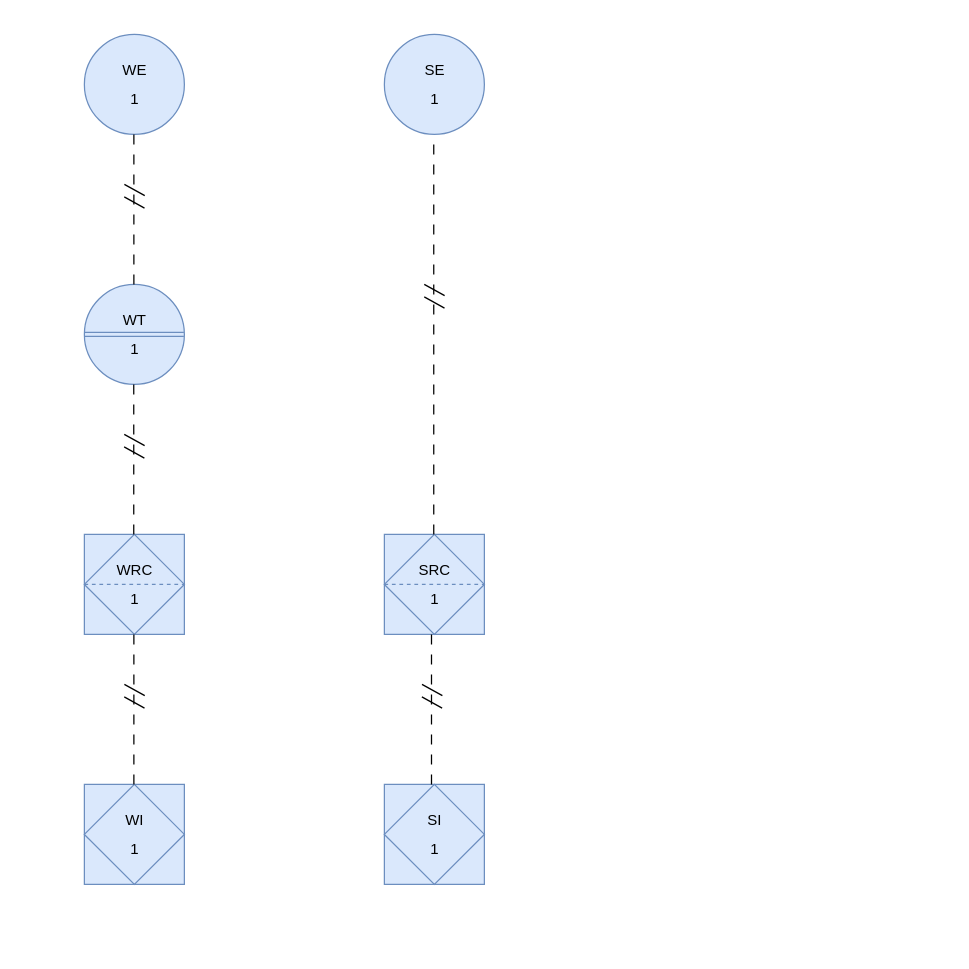
This is p&id.drawio from mggluscevic59/draw_io, a draw.io file, before an edit. Source tidied: cells renumbered, new cells numbered last; positions are measured from the earlier drawing's top-left corner, leaving out a move shared by most shapes. Both pictures are drawn from the tidied source at 125%, with x=0, y=0 at pixel (84, 34).
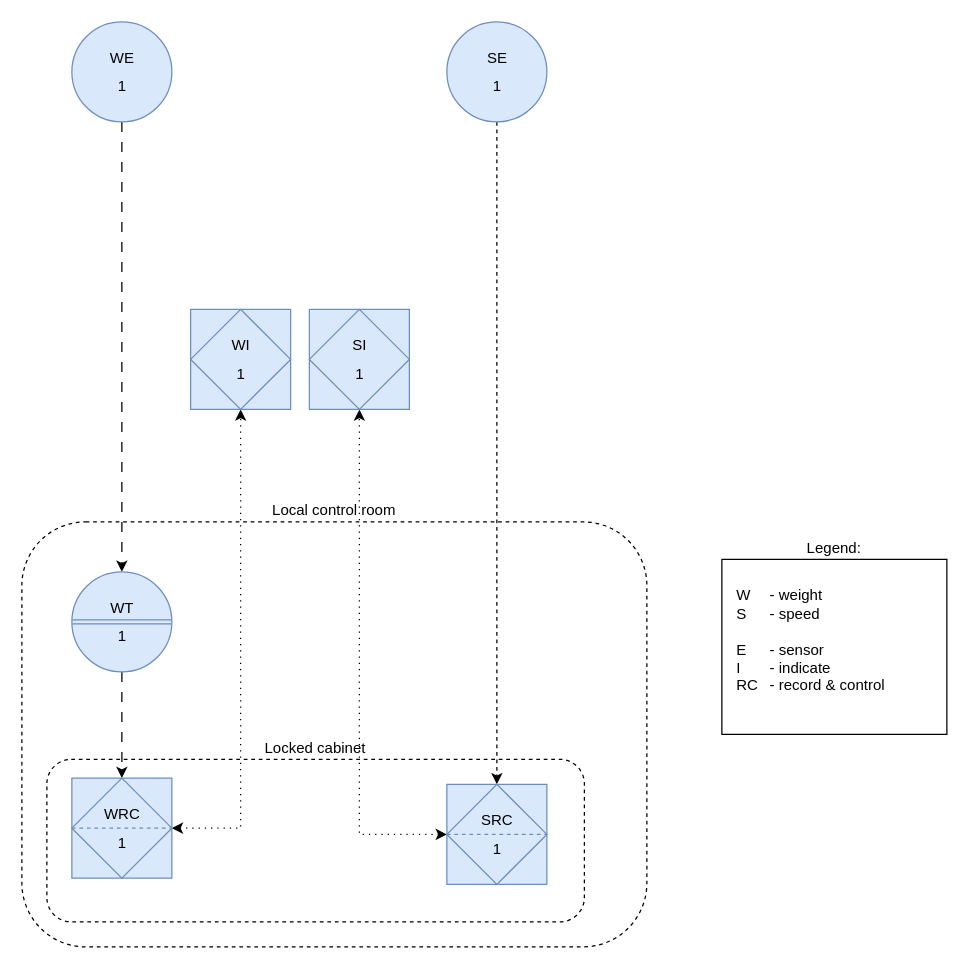
The same diagram, later.

What changed in the source:
```diff
@@
+    <mxCell id="29" value="Local control room" style="rounded=1;whiteSpace=wrap;html=1;fillColor=none;dashed=1;labelPosition=center;verticalLabelPosition=top;align=center;verticalAlign=bottom;" parent="1" vertex="1">
+      <mxGeometry x="-50" y="390" width="500" height="340" as="geometry" />
+    </mxCell>
+    <mxCell id="30" value="Locked cabinet" style="rounded=1;whiteSpace=wrap;html=1;fillColor=none;dashed=1;labelPosition=center;verticalLabelPosition=top;align=center;verticalAlign=bottom;" parent="1" vertex="1">
+      <mxGeometry x="-30" y="580" width="430" height="130" as="geometry" />
+    </mxCell>
+    <mxCell id="31" style="edgeStyle=orthogonalEdgeStyle;rounded=0;jettySize=auto;html=1;dashed=1;dashPattern=8 8;" parent="1" edge="1" source="2" target="3">
+      <mxGeometry relative="1" as="geometry" />
+    </mxCell>
     <mxCell id="2" value="&lt;table cellpadding=&quot;4&quot; cellspacing=&quot;0&quot; border=&quot;0&quot; style=&quot;font-size:1em;width:100%;height:100%;&quot;&gt;&lt;tbody&gt;&lt;tr&gt;&lt;td&gt;WE&lt;/td&gt;&lt;/tr&gt;&lt;tr&gt;&lt;td&gt;1&lt;/td&gt;&lt;/tr&gt;&lt;/tbody&gt;&lt;/table&gt; " style="html=1;outlineConnect=0;align=center;dashed=0;shape=mxgraph.pid2inst.discInst;mounting=field;direction=south;fillColor=#dae8fc;strokeColor=#6c8ebf;" parent="1" vertex="1">
-      <mxGeometry width="80" height="80" as="geometry" />
+      <mxGeometry x="-10" y="-10" width="80" height="80" as="geometry" />
     </mxCell>
+    <mxCell id="32" style="edgeStyle=orthogonalEdgeStyle;rounded=0;jettySize=auto;html=1;dashed=1;dashPattern=8 8;" parent="1" edge="1" source="3" target="5">
+      <mxGeometry relative="1" as="geometry" />
+    </mxCell>
     <mxCell id="3" value="&lt;table cellpadding=&quot;4&quot; cellspacing=&quot;0&quot; border=&quot;0&quot; style=&quot;font-size:1em;width:100%;height:100%;&quot;&gt;&lt;tbody&gt;&lt;tr&gt;&lt;td&gt;WT&lt;/td&gt;&lt;/tr&gt;&lt;tr&gt;&lt;td&gt;1&lt;/td&gt;&lt;/tr&gt;&lt;/tbody&gt;&lt;/table&gt; " style="html=1;outlineConnect=0;align=center;dashed=0;shape=mxgraph.pid2inst.discInst;mounting=local;fillColor=#dae8fc;strokeColor=#6c8ebf;" parent="1" vertex="1">
-      <mxGeometry y="200" width="80" height="80" as="geometry" />
+      <mxGeometry x="-10" y="430" width="80" height="80" as="geometry" />
     </mxCell>
+    <mxCell id="33" style="edgeStyle=orthogonalEdgeStyle;rounded=0;jettySize=auto;html=1;dashed=1;" parent="1" edge="1" source="4" target="6">
+      <mxGeometry relative="1" as="geometry" />
+    </mxCell>
     <mxCell id="4" value="&lt;table cellpadding=&quot;4&quot; cellspacing=&quot;0&quot; border=&quot;0&quot; style=&quot;font-size:1em;width:100%;height:100%;&quot;&gt;&lt;tbody&gt;&lt;tr&gt;&lt;td&gt;SE&lt;/td&gt;&lt;/tr&gt;&lt;tr&gt;&lt;td&gt;1&lt;/td&gt;&lt;/tr&gt;&lt;/tbody&gt;&lt;/table&gt; " style="html=1;outlineConnect=0;align=center;dashed=0;shape=mxgraph.pid2inst.discInst;mounting=field;direction=south;fillColor=#dae8fc;strokeColor=#6c8ebf;" parent="1" vertex="1">
-      <mxGeometry x="240" width="80" height="80" as="geometry" />
+      <mxGeometry x="290" y="-10" width="80" height="80" as="geometry" />
     </mxCell>
+    <mxCell id="34" style="edgeStyle=orthogonalEdgeStyle;rounded=0;jettySize=auto;html=1;entryX=0.5;entryY=1;entryDx=0;entryDy=0;dashed=1;dashPattern=1 4;startArrow=classic;startFill=1;" parent="1" edge="1" source="5" target="7">
+      <mxGeometry relative="1" as="geometry" />
+    </mxCell>
     <mxCell id="5" value="&lt;table cellpadding=&quot;4&quot; cellspacing=&quot;0&quot; border=&quot;0&quot; style=&quot;font-size:1em;width:100%;height:100%;&quot;&gt;&lt;tbody&gt;&lt;tr&gt;&lt;td&gt;WRC&lt;/td&gt;&lt;/tr&gt;&lt;tr&gt;&lt;td&gt;1&lt;/td&gt;&lt;/tr&gt;&lt;/tbody&gt;&lt;/table&gt; " style="html=1;outlineConnect=0;align=center;dashed=0;shape=mxgraph.pid2inst.progLogCont;mounting=inaccessible;fillColor=#dae8fc;strokeColor=#6c8ebf;" parent="1" vertex="1">
-      <mxGeometry y="400" width="80" height="80" as="geometry" />
+      <mxGeometry x="-10" y="595" width="80" height="80" as="geometry" />
     </mxCell>
+    <mxCell id="35" style="edgeStyle=orthogonalEdgeStyle;rounded=0;jettySize=auto;html=1;dashed=1;dashPattern=1 4;startArrow=classic;startFill=1;" parent="1" edge="1" source="6" target="8">
+      <mxGeometry relative="1" as="geometry" />
+    </mxCell>
     <mxCell id="6" value="&lt;table cellpadding=&quot;4&quot; cellspacing=&quot;0&quot; border=&quot;0&quot; style=&quot;font-size:1em;width:100%;height:100%;&quot;&gt;&lt;tbody&gt;&lt;tr&gt;&lt;td&gt;SRC&lt;/td&gt;&lt;/tr&gt;&lt;tr&gt;&lt;td&gt;1&lt;/td&gt;&lt;/tr&gt;&lt;/tbody&gt;&lt;/table&gt; " style="html=1;outlineConnect=0;align=center;dashed=0;shape=mxgraph.pid2inst.progLogCont;mounting=inaccessible;fillColor=#dae8fc;strokeColor=#6c8ebf;" parent="1" vertex="1">
-      <mxGeometry x="240" y="400" width="80" height="80" as="geometry" />
+      <mxGeometry x="290" y="600" width="80" height="80" as="geometry" />
     </mxCell>
     <mxCell id="7" value="&lt;table cellpadding=&quot;4&quot; cellspacing=&quot;0&quot; border=&quot;0&quot; style=&quot;font-size:1em;width:100%;height:100%;&quot;&gt;&lt;tbody&gt;&lt;tr&gt;&lt;td&gt;WI&lt;/td&gt;&lt;/tr&gt;&lt;tr&gt;&lt;td&gt;1&lt;/td&gt;&lt;/tr&gt;&lt;/tbody&gt;&lt;/table&gt; " style="html=1;outlineConnect=0;align=center;dashed=0;shape=mxgraph.pid2inst.progLogCont;mounting=field;fillColor=#dae8fc;strokeColor=#6c8ebf;" parent="1" vertex="1">
-      <mxGeometry y="600" width="80" height="80" as="geometry" />
+      <mxGeometry x="85" y="220" width="80" height="80" as="geometry" />
     </mxCell>
     <mxCell id="8" value="&lt;table cellpadding=&quot;4&quot; cellspacing=&quot;0&quot; border=&quot;0&quot; style=&quot;font-size:1em;width:100%;height:100%;&quot;&gt;&lt;tbody&gt;&lt;tr&gt;&lt;td&gt;SI&lt;/td&gt;&lt;/tr&gt;&lt;tr&gt;&lt;td&gt;1&lt;/td&gt;&lt;/tr&gt;&lt;/tbody&gt;&lt;/table&gt; " style="html=1;outlineConnect=0;align=center;dashed=0;shape=mxgraph.pid2inst.progLogCont;mounting=field;fillColor=#dae8fc;strokeColor=#6c8ebf;" parent="1" vertex="1">
-      <mxGeometry x="240" y="600" width="80" height="80" as="geometry" />
+      <mxGeometry x="180" y="220" width="80" height="80" as="geometry" />
     </mxCell>
-    <mxCell id="9" style="group;" parent="1" vertex="1">
-      <mxGeometry x="31.9" y="480" width="16.4" height="120" as="geometry" />
-    </mxCell>
-    <mxCell id="10" style="endArrow=none;html=1;rounded=0;entryX=0.5;entryY=1;entryDx=0;entryDy=0;dashed=1;dashPattern=8 8;" parent="9" edge="1">
-      <mxGeometry relative="1" as="geometry">
-        <mxPoint x="7.7" y="120" as="sourcePoint" />
-        <mxPoint x="7.7" as="targetPoint" />
-      </mxGeometry>
-    </mxCell>
-    <mxCell id="11" style="endArrow=none;html=1;rounded=0;" parent="9" edge="1">
-      <mxGeometry relative="1" as="geometry">
-        <mxPoint x="0.1" y="40" as="sourcePoint" />
-        <mxPoint x="16.4" y="49" as="targetPoint" />
-      </mxGeometry>
-    </mxCell>
-    <mxCell id="12" style="endArrow=none;html=1;rounded=0;" parent="9" edge="1">
-      <mxGeometry relative="1" as="geometry">
-        <mxPoint y="50" as="sourcePoint" />
-        <mxPoint x="16.2" y="59" as="targetPoint" />
-      </mxGeometry>
-    </mxCell>
-    <mxCell id="13" style="group;" parent="1" vertex="1">
-      <mxGeometry x="31.8" y="280" width="16.4" height="120" as="geometry" />
-    </mxCell>
-    <mxCell id="14" style="endArrow=none;html=1;rounded=0;entryX=0.5;entryY=1;entryDx=0;entryDy=0;dashed=1;dashPattern=8 8;" parent="13" edge="1">
-      <mxGeometry relative="1" as="geometry">
-        <mxPoint x="7.7" y="120" as="sourcePoint" />
-        <mxPoint x="7.7" as="targetPoint" />
-      </mxGeometry>
-    </mxCell>
-    <mxCell id="15" style="endArrow=none;html=1;rounded=0;" parent="13" edge="1">
-      <mxGeometry relative="1" as="geometry">
-        <mxPoint x="0.1" y="40" as="sourcePoint" />
-        <mxPoint x="16.4" y="49" as="targetPoint" />
-      </mxGeometry>
-    </mxCell>
-    <mxCell id="16" style="endArrow=none;html=1;rounded=0;" parent="13" edge="1">
-      <mxGeometry relative="1" as="geometry">
-        <mxPoint y="50" as="sourcePoint" />
-        <mxPoint x="16.2" y="59" as="targetPoint" />
-      </mxGeometry>
-    </mxCell>
-    <mxCell id="17" style="group;" parent="1" vertex="1">
-      <mxGeometry x="270" y="480" width="16.4" height="120" as="geometry" />
-    </mxCell>
-    <mxCell id="18" style="endArrow=none;html=1;rounded=0;entryX=0.5;entryY=1;entryDx=0;entryDy=0;dashed=1;dashPattern=8 8;" parent="17" edge="1">
-      <mxGeometry relative="1" as="geometry">
-        <mxPoint x="7.7" y="120" as="sourcePoint" />
-        <mxPoint x="7.7" as="targetPoint" />
-      </mxGeometry>
-    </mxCell>
-    <mxCell id="19" style="endArrow=none;html=1;rounded=0;" parent="17" edge="1">
-      <mxGeometry relative="1" as="geometry">
-        <mxPoint x="0.1" y="40" as="sourcePoint" />
-        <mxPoint x="16.4" y="49" as="targetPoint" />
-      </mxGeometry>
-    </mxCell>
-    <mxCell id="20" style="endArrow=none;html=1;rounded=0;" parent="17" edge="1">
-      <mxGeometry relative="1" as="geometry">
-        <mxPoint y="50" as="sourcePoint" />
-        <mxPoint x="16.2" y="59" as="targetPoint" />
-      </mxGeometry>
-    </mxCell>
-    <mxCell id="21" style="group;" parent="1" vertex="1">
-      <mxGeometry x="271.9" y="80" width="16.3" height="320" as="geometry" />
-    </mxCell>
-    <mxCell id="22" style="endArrow=none;html=1;rounded=0;entryX=0.5;entryY=1;entryDx=0;entryDy=0;dashed=1;dashPattern=8 8;" parent="21" edge="1">
-      <mxGeometry relative="1" as="geometry">
-        <mxPoint x="7.6" y="320" as="sourcePoint" />
-        <mxPoint x="7.6" as="targetPoint" />
-      </mxGeometry>
-    </mxCell>
-    <mxCell id="23" style="endArrow=none;html=1;rounded=0;" parent="21" edge="1">
-      <mxGeometry relative="1" as="geometry">
-        <mxPoint y="120" as="sourcePoint" />
-        <mxPoint x="16.3" y="129" as="targetPoint" />
-      </mxGeometry>
-    </mxCell>
-    <mxCell id="24" style="endArrow=none;html=1;rounded=0;" parent="21" edge="1">
-      <mxGeometry relative="1" as="geometry">
-        <mxPoint y="130" as="sourcePoint" />
-        <mxPoint x="16.2" y="139" as="targetPoint" />
-      </mxGeometry>
-    </mxCell>
-    <mxCell id="25" style="group;" parent="1" vertex="1">
-      <mxGeometry x="31.9" y="80" width="16.4" height="120" as="geometry" />
-    </mxCell>
-    <mxCell id="26" style="endArrow=none;html=1;rounded=0;entryX=0.5;entryY=1;entryDx=0;entryDy=0;dashed=1;dashPattern=8 8;" parent="25" edge="1">
-      <mxGeometry relative="1" as="geometry">
-        <mxPoint x="7.7" y="120" as="sourcePoint" />
-        <mxPoint x="7.7" as="targetPoint" />
-      </mxGeometry>
-    </mxCell>
-    <mxCell id="27" style="endArrow=none;html=1;rounded=0;" parent="25" edge="1">
-      <mxGeometry relative="1" as="geometry">
-        <mxPoint x="0.1" y="40" as="sourcePoint" />
-        <mxPoint x="16.4" y="49" as="targetPoint" />
-      </mxGeometry>
-    </mxCell>
-    <mxCell id="28" style="endArrow=none;html=1;rounded=0;" parent="25" edge="1">
-      <mxGeometry relative="1" as="geometry">
-        <mxPoint y="50" as="sourcePoint" />
-        <mxPoint x="16.2" y="59" as="targetPoint" />
-      </mxGeometry>
-    </mxCell>
+    <mxCell id="36" value="Legend:" style="rounded=0;whiteSpace=wrap;html=1;fillColor=none;labelPosition=center;verticalLabelPosition=top;align=center;verticalAlign=bottom;" parent="1" vertex="1">
+      <mxGeometry x="510" y="420" width="180" height="140" as="geometry" />
+    </mxCell>
+    <mxCell id="37" value="W&lt;span style=&quot;white-space: pre;&quot;&gt;&#9;&lt;/span&gt;- weight&lt;div&gt;S&lt;span style=&quot;white-space: pre;&quot;&gt;&#9;&lt;/span&gt;- speed&lt;/div&gt;&lt;div&gt;&lt;br&gt;&lt;div&gt;E&lt;span style=&quot;white-space: pre;&quot;&gt;&#9;&lt;/span&gt;- sensor&lt;/div&gt;&lt;/div&gt;&lt;div&gt;I&lt;span style=&quot;white-space: pre;&quot;&gt;&#9;&lt;/span&gt;- indicate&lt;/div&gt;&lt;div&gt;RC&lt;span style=&quot;white-space: pre;&quot;&gt;&#9;&lt;/span&gt;- record &amp;amp; control&lt;/div&gt;" style="text;html=1;align=left;verticalAlign=middle;whiteSpace=wrap;rounded=0;" parent="1" vertex="1">
+      <mxGeometry x="520" y="430" width="160" height="110" as="geometry" />
+    </mxCell>
```
